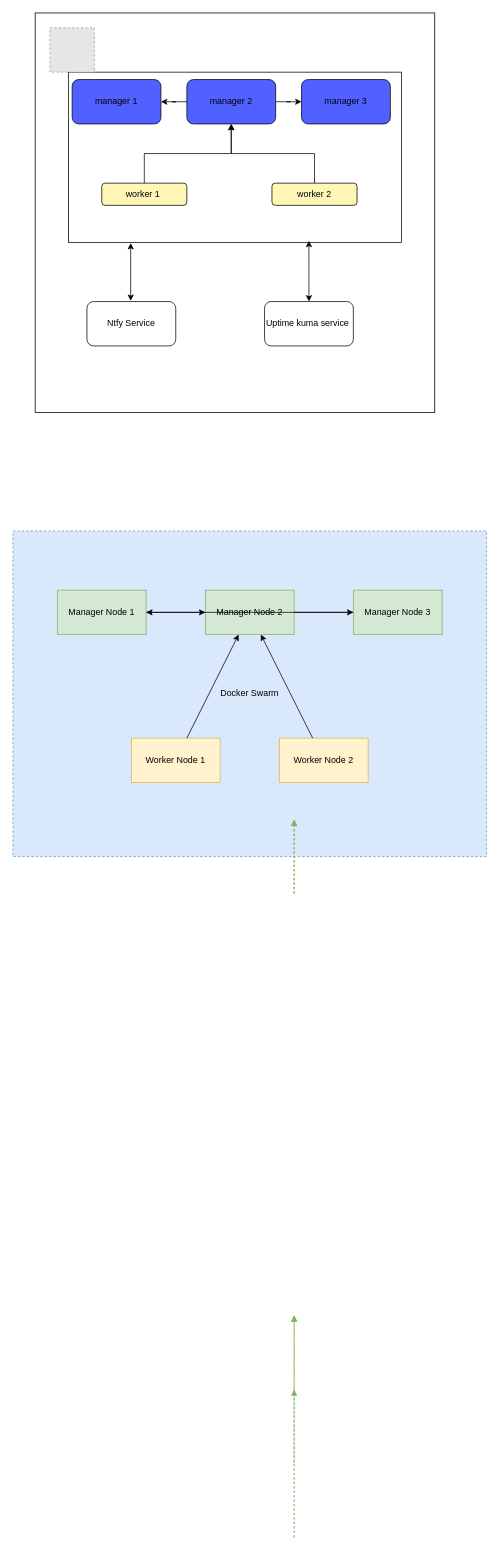
Above: Untitled Diagram.drawio in aaiyanna1/drawio (draw.io), before the change. Source tidied: cells renumbered, new cells numbered last; positions are measured from the earlier drawing's top-left corner, leaving out a move shared by most shapes. Both pictures are drawn from the tidied source at 74%, with x=0, y=0 at pixel (13, 13). Pictures stored in the file or linked from it are replaced by grey dashed boxes.
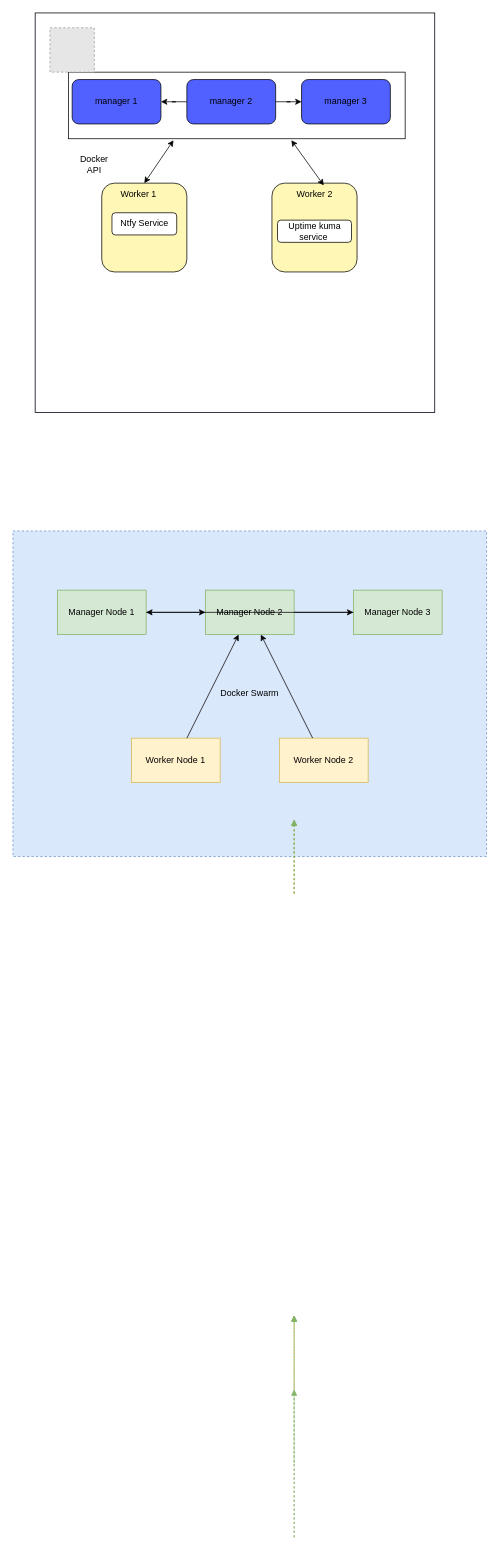
The same diagram, later.

Commit message:
Update Diagram to reflect services

Unchanged cells that the change refers to:
```xml
<mxCell id="2" style="group;fillColor=#5061FF;" parent="1" vertex="1">
  <mxGeometry x="30" width="540" height="540" as="geometry" />
</mxCell>
<mxCell id="9" value="manager 2" style="rounded=1;whiteSpace=wrap;html=1;fillColor=#5061FF;" parent="2" vertex="1">
  <mxGeometry x="205" y="90" width="120" height="60" as="geometry" />
</mxCell>
```

What changed in the source:
```diff
@@
     <mxCell id="4" style="rounded=0;whiteSpace=wrap;html=1;" parent="2" vertex="1">
-      <mxGeometry x="45" y="80" width="450" height="230" as="geometry" />
+      <mxGeometry x="45" y="80" width="455" height="90" as="geometry" />
     </mxCell>
@@
-    <mxCell id="11" style="edgeStyle=orthogonalEdgeStyle;rounded=0;jettySize=auto;html=1;entryX=0.5;entryY=1;entryDx=0;entryDy=0;" parent="2" edge="1" source="12" target="9">
-      <mxGeometry relative="1" as="geometry" />
-    </mxCell>
-    <mxCell id="12" value="worker 1&amp;nbsp;" style="rounded=1;whiteSpace=wrap;html=1;fillColor=#FFF7B6;" parent="2" vertex="1">
-      <mxGeometry x="90" y="230" width="115" height="30" as="geometry" />
+    <mxCell id="12" style="rounded=1;whiteSpace=wrap;html=1;fillColor=#FFF7B6;align=center;" parent="2" vertex="1">
+      <mxGeometry x="90" y="230" width="115" height="120" as="geometry" />
     </mxCell>
-    <mxCell id="13" style="edgeStyle=orthogonalEdgeStyle;rounded=0;jettySize=auto;html=1;entryX=0.5;entryY=1;entryDx=0;entryDy=0;" parent="2" edge="1" source="14" target="9">
-      <mxGeometry relative="1" as="geometry" />
-    </mxCell>
-    <mxCell id="14" value="worker 2" style="rounded=1;whiteSpace=wrap;html=1;fillColor=#FFF7B6;" parent="2" vertex="1">
-      <mxGeometry x="320" y="230" width="115" height="30" as="geometry" />
+    <mxCell id="14" style="rounded=1;whiteSpace=wrap;html=1;fillColor=#FFF7B6;" parent="2" vertex="1">
+      <mxGeometry x="320" y="230" width="115" height="120" as="geometry" />
     </mxCell>
     <mxCell id="15" value="Ntfy Service" style="rounded=1;whiteSpace=wrap;html=1;" parent="2" vertex="1">
-      <mxGeometry x="70" y="390" width="120" height="60" as="geometry" />
+      <mxGeometry x="103.8" y="270" width="87.5" height="30" as="geometry" />
     </mxCell>
     <mxCell id="16" value="Uptime kuma service&amp;nbsp;" style="rounded=1;whiteSpace=wrap;html=1;" parent="2" vertex="1">
-      <mxGeometry x="310" y="390" width="120" height="60" as="geometry" />
+      <mxGeometry x="327.5" y="280" width="100" height="30" as="geometry" />
     </mxCell>
-    <mxCell id="17" style="endArrow=classic;startArrow=classic;html=1;rounded=0;exitX=0.5;exitY=0;exitDx=0;exitDy=0;entryX=0.187;entryY=1.004;entryDx=0;entryDy=0;entryPerimeter=0;" parent="2" edge="1" target="4">
-      <mxGeometry relative="1" as="geometry">
-        <mxPoint x="129.1" y="389.1" as="sourcePoint" />
-      </mxGeometry>
-    </mxCell>
+    <mxCell id="44" value="Docker API" style="text;html=1;whiteSpace=wrap;strokeColor=none;fillColor=none;align=center;verticalAlign=middle;rounded=0;" parent="2" vertex="1">
+      <mxGeometry x="50" y="190" width="60" height="30" as="geometry" />
+    </mxCell>
+    <mxCell id="45" style="endArrow=classic;startArrow=classic;html=1;rounded=0;entryX=0.312;entryY=1.022;entryDx=0;entryDy=0;entryPerimeter=0;exitX=0.5;exitY=0;exitDx=0;exitDy=0;" parent="2" edge="1" source="12" target="4">
+      <mxGeometry relative="1" as="geometry" />
+    </mxCell>
+    <mxCell id="46" style="endArrow=classic;startArrow=classic;html=1;rounded=0;exitX=0.662;exitY=1.022;exitDx=0;exitDy=0;exitPerimeter=0;entryX=0.609;entryY=0.025;entryDx=0;entryDy=0;entryPerimeter=0;" parent="2" edge="1" source="4" target="14">
+      <mxGeometry relative="1" as="geometry" />
+    </mxCell>
+    <mxCell id="47" value="Worker 1" style="text;html=1;whiteSpace=wrap;strokeColor=none;fillColor=none;align=center;verticalAlign=middle;rounded=0;" parent="2" vertex="1">
+      <mxGeometry x="110" y="230" width="60" height="30" as="geometry" />
+    </mxCell>
+    <mxCell id="48" value="Worker 2" style="text;html=1;whiteSpace=wrap;strokeColor=none;fillColor=none;align=center;verticalAlign=middle;rounded=0;" parent="2" vertex="1">
+      <mxGeometry x="347.5" y="230" width="60" height="30" as="geometry" />
+    </mxCell>
@@
-    <mxCell id="43" style="endArrow=classic;startArrow=classic;html=1;rounded=0;entryX=0.722;entryY=0.991;entryDx=0;entryDy=0;entryPerimeter=0;" parent="1" edge="1" target="4">
-      <mxGeometry relative="1" as="geometry">
-        <mxPoint x="400" y="390" as="sourcePoint" />
-        <Array as="points">
-          <mxPoint x="400" y="360" />
-        </Array>
-      </mxGeometry>
-    </mxCell>
```
